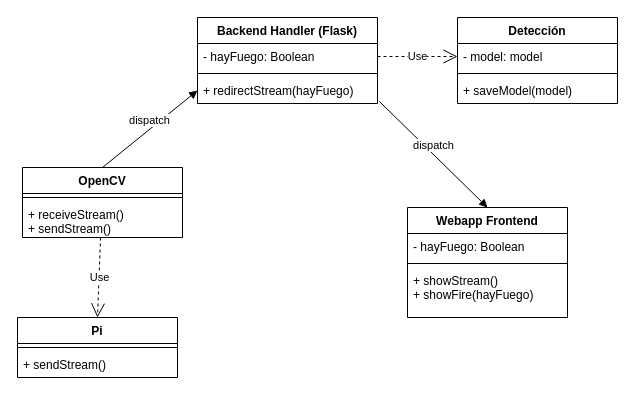
Above: Untitled Diagram.drawio in Jorge6493/Firewatch (draw.io), before the change. Source tidied: cells renumbered, new cells numbered last; positions are measured from the earlier drawing's top-left corner, leaving out a move shared by most shapes. Both pictures are drawn from the tidied source at 100%, with x=0, y=0 at pixel (17, 17).
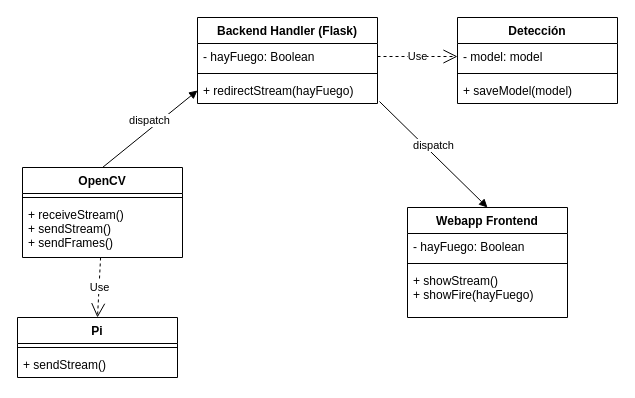
The same page after the edit.

The edit, as a diff of the source:
```diff
@@
     <mxCell id="20" value="OpenCV" style="swimlane;fontStyle=1;align=center;verticalAlign=top;horizontal=1;startSize=26;" parent="1" vertex="1">
-      <mxGeometry x="5" y="150" width="160" height="70" as="geometry" />
+      <mxGeometry x="5" y="150" width="160" height="90" as="geometry" />
     </mxCell>
@@
-    <mxCell id="22" value="+ receiveStream()&#10;+ sendStream()&#10;" style="text;strokeColor=none;fillColor=none;align=left;verticalAlign=top;spacingLeft=4;spacingRight=4;overflow=hidden;points=[[0,0.5],[1,0.5]];portConstraint=eastwest;" parent="20" vertex="1">
-      <mxGeometry y="34" width="160" height="36" as="geometry" />
+    <mxCell id="22" value="+ receiveStream()&#10;+ sendStream()&#10;+ sendFrames()&#10;" style="text;strokeColor=none;fillColor=none;align=left;verticalAlign=top;spacingLeft=4;spacingRight=4;overflow=hidden;points=[[0,0.5],[1,0.5]];portConstraint=eastwest;" parent="20" vertex="1">
+      <mxGeometry y="34" width="160" height="56" as="geometry" />
     </mxCell>
```
